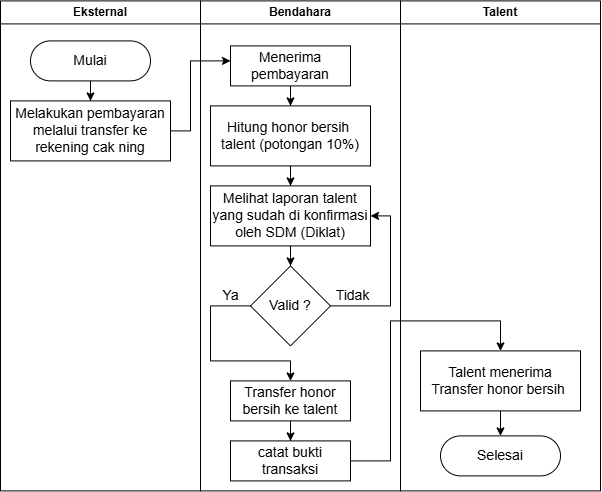
Earlier version of the draw.io export skripsi UML Symbol - BAB 2-[Flowchart Manual].drawio.png (adamjatim/thesis). Source tidied: cells renumbered, new cells last; positions are measured from the earlier drawing's top-left corner, leaving out a move shared by most shapes.
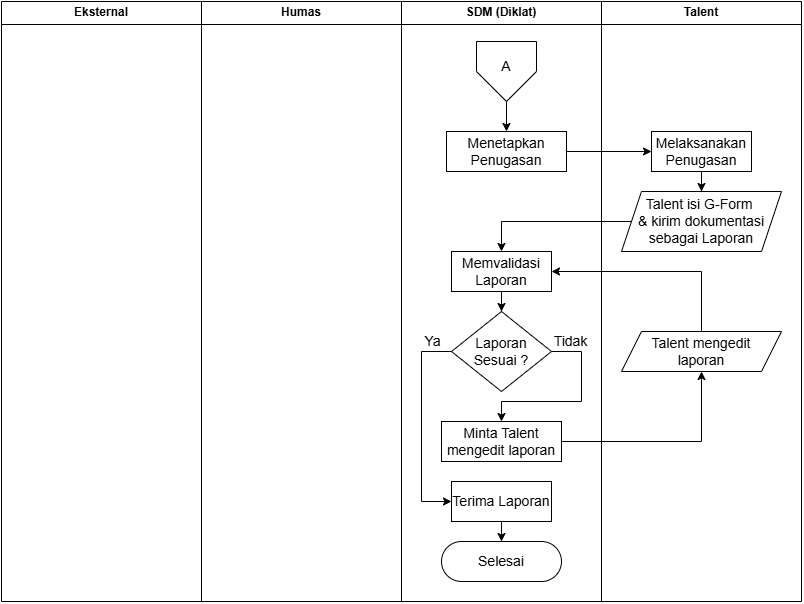
The same diagram one commit later.

Diff of the diagram source:
```diff
@@ -3,98 +3,106 @@
     <mxCell id="0" />
     <mxCell id="1" parent="0" />
     <mxCell id="2" style="group;" parent="1" vertex="1">
-      <mxGeometry width="600" height="490" as="geometry" />
+      <mxGeometry width="800" height="600" as="geometry" />
     </mxCell>
     <mxCell id="3" value="Eksternal" style="swimlane;whiteSpace=wrap;html=1;" parent="2" vertex="1">
-      <mxGeometry width="200" height="490" as="geometry" />
+      <mxGeometry width="200" height="600" as="geometry" />
     </mxCell>
-    <mxCell id="4" style="edgeStyle=orthogonalEdgeStyle;rounded=0;jettySize=auto;html=1;fontSize=14;" parent="3" edge="1" source="5" target="6">
-      <mxGeometry relative="1" as="geometry" />
+    <mxCell id="4" value="Humas" style="swimlane;whiteSpace=wrap;html=1;" parent="2" vertex="1">
+      <mxGeometry x="200" width="200" height="600" as="geometry" />
     </mxCell>
-    <mxCell id="5" value="Mulai" style="rounded=1;whiteSpace=wrap;html=1;arcSize=50;fontSize=14;" parent="3" vertex="1">
-      <mxGeometry x="30" y="40" width="120" height="40" as="geometry" />
+    <mxCell id="5" value="SDM (Diklat)" style="swimlane;whiteSpace=wrap;html=1;" parent="2" vertex="1">
+      <mxGeometry x="400" width="200" height="600" as="geometry" />
     </mxCell>
-    <mxCell id="6" value="Melakukan pembayaran&lt;div&gt;melalui transfer ke rekening cak ning&lt;/div&gt;" style="rounded=1;whiteSpace=wrap;html=1;arcSize=0;fontSize=14;" parent="3" vertex="1">
-      <mxGeometry x="10" y="100" width="160" height="60" as="geometry" />
+    <mxCell id="6" value="A" style="verticalLabelPosition=middle;verticalAlign=middle;shape=offPageConnector;rounded=0;size=0.5;html=1;convertToSvg=1;autosizeText=0;fontSize=14;labelPosition=center;align=center;spacingTop=-12;" parent="5" vertex="1">
+      <mxGeometry x="75" y="40" width="60" height="60" as="geometry" />
     </mxCell>
     <mxCell id="7" value="Talent" style="swimlane;whiteSpace=wrap;html=1;" parent="2" vertex="1">
-      <mxGeometry x="400" width="200" height="490" as="geometry" />
+      <mxGeometry x="600" width="200" height="600" as="geometry" />
     </mxCell>
-    <mxCell id="8" style="edgeStyle=orthogonalEdgeStyle;rounded=0;jettySize=auto;html=1;fontSize=14;" parent="7" edge="1" source="9" target="10">
-      <mxGeometry relative="1" as="geometry" />
+    <mxCell id="8" style="edgeStyle=orthogonalEdgeStyle;rounded=0;jettySize=auto;html=1;fontSize=14;" parent="2" edge="1" source="12" target="23">
+      <mxGeometry relative="1" as="geometry">
+        <Array as="points">
+          <mxPoint x="505" y="150" />
+        </Array>
+      </mxGeometry>
     </mxCell>
-    <mxCell id="9" value="Talent menerima Transfer honor bersih&amp;nbsp;" style="whiteSpace=wrap;html=1;fontSize=14;" parent="7" vertex="1">
-      <mxGeometry x="20" y="350" width="160" height="60" as="geometry" />
+    <mxCell id="9" style="edgeStyle=orthogonalEdgeStyle;rounded=0;jettySize=auto;html=1;fontSize=14;" parent="2" edge="1" source="24" target="14">
+      <mxGeometry relative="1" as="geometry">
+        <Array as="points">
+          <mxPoint x="500" y="220" />
+        </Array>
+      </mxGeometry>
     </mxCell>
-    <mxCell id="10" value="Selesai" style="rounded=1;whiteSpace=wrap;html=1;arcSize=50;fontSize=14;" parent="7" vertex="1">
-      <mxGeometry x="40" y="435" width="120" height="40" as="geometry" />
+    <mxCell id="10" style="edgeStyle=orthogonalEdgeStyle;rounded=0;jettySize=auto;html=1;fontSize=14;" parent="2" edge="1" source="18" target="25">
+      <mxGeometry relative="1" as="geometry">
+        <Array as="points">
+          <mxPoint x="700" y="440" />
+        </Array>
+      </mxGeometry>
     </mxCell>
-    <mxCell id="11" value="Bendahara" style="swimlane;whiteSpace=wrap;html=1;" parent="2" vertex="1">
-      <mxGeometry x="200" width="200" height="490" as="geometry" />
+    <mxCell id="11" style="edgeStyle=orthogonalEdgeStyle;rounded=0;jettySize=auto;html=1;fontSize=14;" parent="2" edge="1" source="25" target="14">
+      <mxGeometry relative="1" as="geometry">
+        <Array as="points">
+          <mxPoint x="700" y="270" />
+        </Array>
+      </mxGeometry>
     </mxCell>
-    <mxCell id="12" style="edgeStyle=orthogonalEdgeStyle;rounded=0;jettySize=auto;html=1;fontSize=14;" parent="11" edge="1" source="13" target="15">
-      <mxGeometry relative="1" as="geometry" />
+    <mxCell id="12" value="Menetapkan Penugasan" style="whiteSpace=wrap;html=1;rounded=1;arcSize=0;fontSize=14;" parent="2" vertex="1">
+      <mxGeometry x="445" y="130" width="120" height="40" as="geometry" />
     </mxCell>
-    <mxCell id="13" value="Menerima pembayaran" style="rounded=1;whiteSpace=wrap;html=1;arcSize=0;fontSize=14;" parent="11" vertex="1">
-      <mxGeometry x="30" y="45" width="120" height="40" as="geometry" />
+    <mxCell id="13" style="edgeStyle=orthogonalEdgeStyle;rounded=0;jettySize=auto;html=1;fontSize=14;" parent="2" edge="1" source="14" target="17">
+      <mxGeometry relative="1" as="geometry" />
     </mxCell>
-    <mxCell id="14" style="edgeStyle=orthogonalEdgeStyle;rounded=0;jettySize=auto;html=1;fontSize=14;" parent="11" edge="1" source="15" target="17">
-      <mxGeometry relative="1" as="geometry" />
+    <mxCell id="14" value="Memvalidasi&lt;div&gt;Laporan&lt;/div&gt;" style="whiteSpace=wrap;html=1;rounded=1;arcSize=0;fontSize=14;" parent="2" vertex="1">
+      <mxGeometry x="450" y="250" width="100" height="40" as="geometry" />
     </mxCell>
-    <mxCell id="15" value="&lt;div&gt;Hitung honor bersih&amp;nbsp;&lt;/div&gt;&lt;div&gt;talent (potongan 10%)&lt;/div&gt;" style="rounded=1;whiteSpace=wrap;html=1;arcSize=0;fontSize=14;" parent="11" vertex="1">
-      <mxGeometry x="10" y="105" width="160" height="60" as="geometry" />
+    <mxCell id="15" value="Tidak" style="edgeStyle=orthogonalEdgeStyle;rounded=0;jettySize=auto;html=1;fontSize=14;" parent="2" edge="1" source="17" target="18">
+      <mxGeometry x="-0.79" y="10" relative="1" as="geometry">
+        <Array as="points">
+          <mxPoint x="580" y="350" />
+          <mxPoint x="580" y="400" />
+          <mxPoint x="500" y="400" />
+        </Array>
+      </mxGeometry>
     </mxCell>
-    <mxCell id="16" style="edgeStyle=orthogonalEdgeStyle;rounded=0;jettySize=auto;html=1;fontSize=14;" parent="11" edge="1" source="17" target="20">
-      <mxGeometry relative="1" as="geometry" />
+    <mxCell id="16" value="Ya" style="edgeStyle=orthogonalEdgeStyle;rounded=0;jettySize=auto;html=1;fontSize=14;" parent="2" edge="1" source="17" target="20">
+      <mxGeometry x="-0.82" y="-10" relative="1" as="geometry">
+        <Array as="points">
+          <mxPoint x="420" y="350" />
+          <mxPoint x="420" y="500" />
+        </Array>
+      </mxGeometry>
     </mxCell>
-    <mxCell id="17" value="Melihat laporan talent yang sudah di konfirmasi oleh SDM (Diklat)" style="rounded=1;whiteSpace=wrap;html=1;arcSize=0;fontSize=14;" parent="11" vertex="1">
-      <mxGeometry x="10" y="185" width="160" height="60" as="geometry" />
+    <mxCell id="17" value="Laporan&lt;div&gt;Sesuai ?&lt;/div&gt;" style="rhombus;whiteSpace=wrap;html=1;fontSize=14;" parent="2" vertex="1">
+      <mxGeometry x="450" y="310" width="100" height="80" as="geometry" />
     </mxCell>
-    <mxCell id="18" value="Tidak" style="edgeStyle=orthogonalEdgeStyle;rounded=0;jettySize=auto;html=1;fontSize=14;" parent="11" edge="1" source="20" target="17">
-      <mxGeometry x="-0.75" y="10" relative="1" as="geometry">
-        <Array as="points">
-          <mxPoint x="190" y="305" />
-          <mxPoint x="190" y="215" />
-        </Array>
-      </mxGeometry>
+    <mxCell id="18" value="Minta Talent mengedit laporan" style="whiteSpace=wrap;html=1;rounded=1;arcSize=0;fontSize=14;" parent="2" vertex="1">
+      <mxGeometry x="440" y="420" width="120" height="40" as="geometry" />
     </mxCell>
-    <mxCell id="19" value="Ya" style="edgeStyle=orthogonalEdgeStyle;rounded=0;jettySize=auto;html=1;fontSize=14;" parent="11" edge="1" source="20" target="22">
-      <mxGeometry x="-0.8" y="-10" relative="1" as="geometry">
-        <Array as="points">
-          <mxPoint x="10" y="305" />
-          <mxPoint x="10" y="360" />
-          <mxPoint x="90" y="360" />
-        </Array>
-      </mxGeometry>
+    <mxCell id="19" style="edgeStyle=orthogonalEdgeStyle;rounded=0;jettySize=auto;html=1;fontSize=14;" parent="2" edge="1" source="20" target="21">
+      <mxGeometry relative="1" as="geometry" />
     </mxCell>
-    <mxCell id="20" value="Valid ?" style="rhombus;whiteSpace=wrap;html=1;rounded=1;arcSize=0;fontSize=14;" parent="11" vertex="1">
-      <mxGeometry x="50" y="265" width="80" height="80" as="geometry" />
+    <mxCell id="20" value="Terima Laporan" style="whiteSpace=wrap;html=1;rounded=1;arcSize=0;fontSize=14;" parent="2" vertex="1">
+      <mxGeometry x="450" y="480" width="100" height="40" as="geometry" />
     </mxCell>
-    <mxCell id="21" style="edgeStyle=orthogonalEdgeStyle;rounded=0;jettySize=auto;html=1;fontSize=14;" parent="11" edge="1" source="22" target="23">
-      <mxGeometry relative="1" as="geometry" />
+    <mxCell id="21" value="Selesai" style="rounded=1;whiteSpace=wrap;html=1;arcSize=50;fontSize=14;" parent="2" vertex="1">
+      <mxGeometry x="440" y="540" width="120" height="40" as="geometry" />
     </mxCell>
-    <mxCell id="22" value="Transfer honor&lt;div&gt;bersih ke talent&lt;/div&gt;" style="whiteSpace=wrap;html=1;fontSize=14;" parent="11" vertex="1">
-      <mxGeometry x="30" y="380" width="120" height="40" as="geometry" />
+    <mxCell id="22" style="edgeStyle=orthogonalEdgeStyle;rounded=0;jettySize=auto;html=1;fontSize=14;" parent="2" edge="1" source="23" target="24">
+      <mxGeometry relative="1" as="geometry" />
     </mxCell>
-    <mxCell id="23" value="catat bukti transaksi" style="whiteSpace=wrap;html=1;fontSize=14;" parent="11" vertex="1">
-      <mxGeometry x="30" y="440" width="120" height="40" as="geometry" />
+    <mxCell id="23" value="Melaksanakan Penugasan" style="whiteSpace=wrap;html=1;rounded=1;arcSize=0;fontSize=14;" parent="2" vertex="1">
+      <mxGeometry x="650" y="130" width="100" height="40" as="geometry" />
     </mxCell>
-    <mxCell id="24" style="edgeStyle=orthogonalEdgeStyle;rounded=0;jettySize=auto;html=1;fontSize=14;" parent="2" edge="1" source="6" target="13">
-      <mxGeometry relative="1" as="geometry">
-        <Array as="points">
-          <mxPoint x="190" y="130" />
-          <mxPoint x="190" y="60" />
-        </Array>
-      </mxGeometry>
+    <mxCell id="24" value="Talent isi G-Form&amp;nbsp;&lt;div&gt;&amp;amp; kirim dokumentasi&lt;div&gt;sebagai Laporan&lt;/div&gt;&lt;/div&gt;" style="shape=parallelogram;perimeter=parallelogramPerimeter;whiteSpace=wrap;html=1;fixedSize=1;fontSize=14;" parent="2" vertex="1">
+      <mxGeometry x="620" y="190" width="160" height="60" as="geometry" />
     </mxCell>
-    <mxCell id="25" style="edgeStyle=orthogonalEdgeStyle;rounded=0;jettySize=auto;html=1;fontSize=14;" parent="2" edge="1" source="23" target="9">
-      <mxGeometry relative="1" as="geometry">
-        <Array as="points">
-          <mxPoint x="390" y="460" />
-          <mxPoint x="390" y="320" />
-          <mxPoint x="500" y="320" />
-        </Array>
-      </mxGeometry>
+    <mxCell id="25" value="Talent mengedit&lt;div&gt;laporan&lt;/div&gt;" style="shape=parallelogram;perimeter=parallelogramPerimeter;whiteSpace=wrap;html=1;fixedSize=1;fontSize=14;" parent="2" vertex="1">
+      <mxGeometry x="620" y="330" width="160" height="40" as="geometry" />
     </mxCell>
+    <mxCell id="26" style="edgeStyle=orthogonalEdgeStyle;rounded=0;jettySize=auto;html=1;" parent="2" edge="1" source="6" target="12">
+      <mxGeometry relative="1" as="geometry" />
+    </mxCell>
   </root>
 </mxGraphModel>
```
